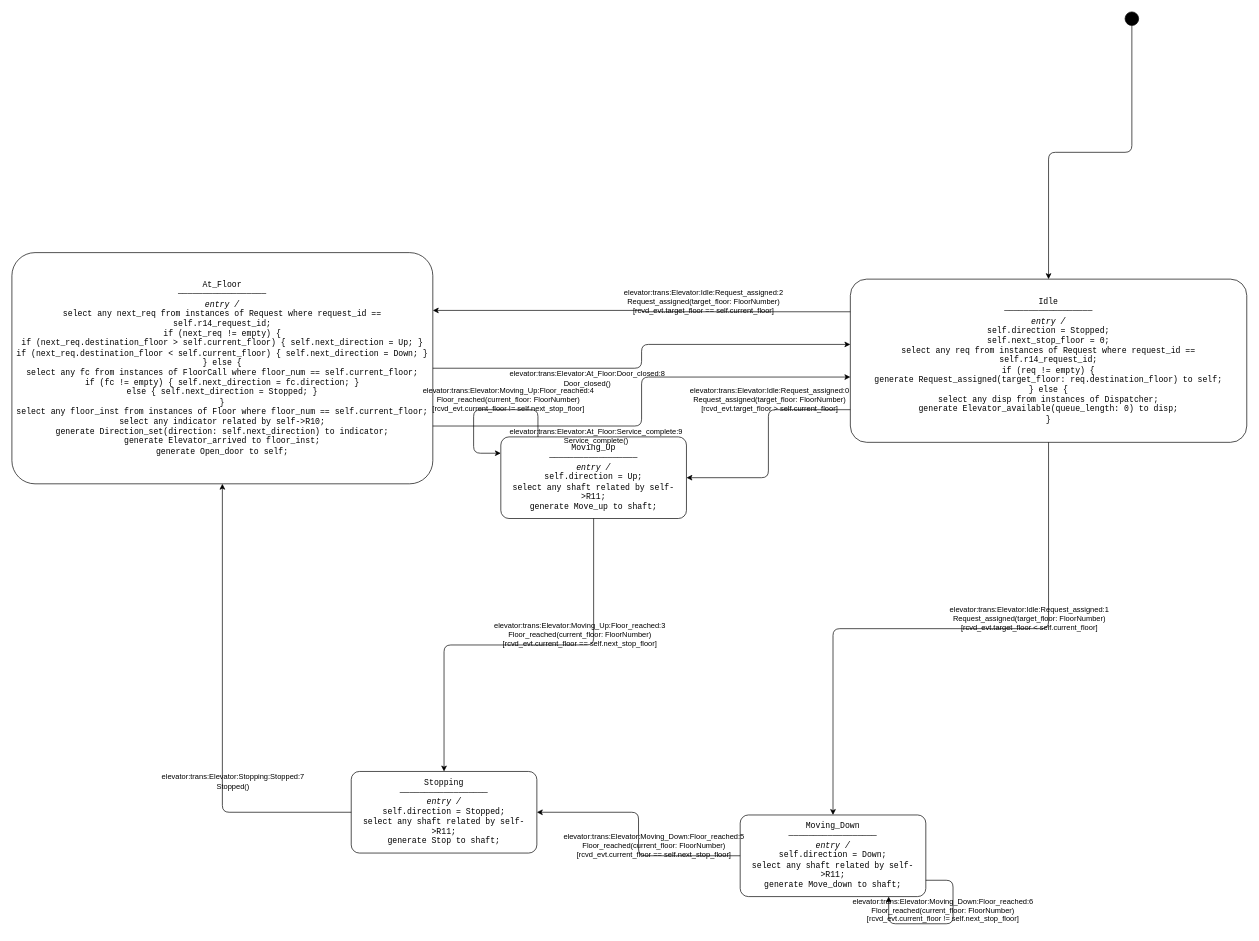
This is examples/elevator/.design/model/diagrams/Elevator-Elevator.drawio from BChaloux-Cyn/MDF-Simulator, a draw.io file, before an edit. Source tidied: cells renumbered, new cells numbered last; positions are measured from the earlier drawing's top-left corner, leaving out a move shared by most shapes. Both pictures are drawn from the tidied source at 68%, with x=0, y=0 at pixel (12, 12).
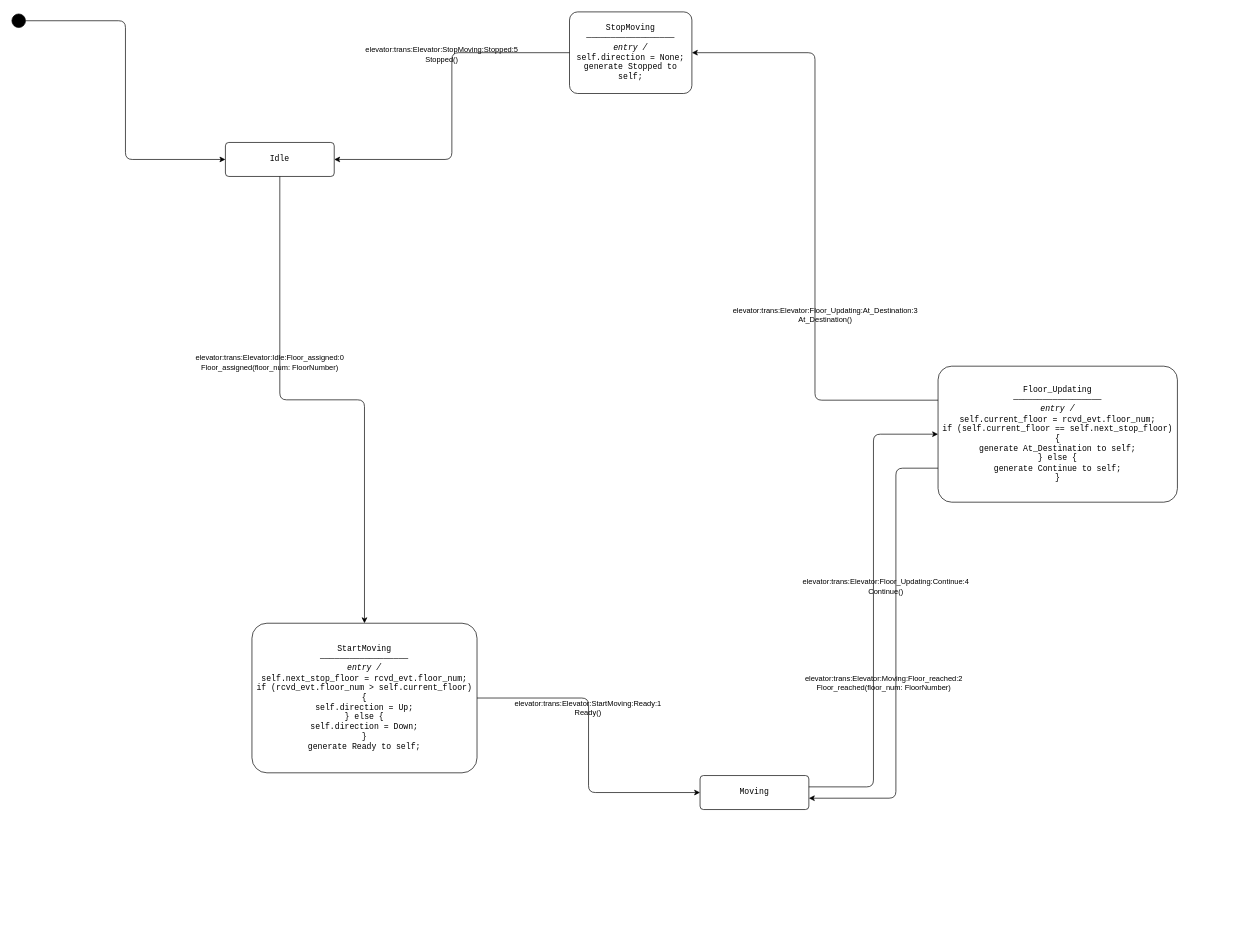
After the change.

The edit, as a diff of the source:
```diff
@@
     <mxCell id="2" style="ellipse;whiteSpace=wrap;html=1;fillColor=#000000;strokeColor=#000000;" parent="1" vertex="1">
-      <mxGeometry x="1637" width="20" height="20" as="geometry" />
+      <mxGeometry y="3" width="20" height="20" as="geometry" />
     </mxCell>
-    <mxCell id="3" value="Idle&lt;br&gt;──────────────────&lt;br&gt;&lt;i&gt;entry /&lt;/i&gt;&lt;br&gt;self.direction = Stopped;&lt;br&gt;self.next_stop_floor = 0;&lt;br&gt;select any req from instances of Request where request_id == self.r14_request_id;&lt;br&gt;if (req != empty) {&lt;br&gt;  generate Request_assigned(target_floor: req.destination_floor) to self;&lt;br&gt;} else {&lt;br&gt;  select any disp from instances of Dispatcher;&lt;br&gt;  generate Elevator_available(queue_length: 0) to disp;&lt;br&gt;}" style="rounded=1;whiteSpace=wrap;html=1;arcSize=10;fontFamily=Courier New;" parent="1" vertex="1">
-      <mxGeometry x="1233" y="393" width="583" height="240" as="geometry" />
+    <mxCell id="3" value="Idle" style="rounded=1;whiteSpace=wrap;html=1;arcSize=10;fontFamily=Courier New;" parent="1" vertex="1">
+      <mxGeometry x="314" y="192" width="160" height="50" as="geometry" />
     </mxCell>
-    <mxCell id="4" value="Moving_Up&lt;br&gt;──────────────────&lt;br&gt;&lt;i&gt;entry /&lt;/i&gt;&lt;br&gt;self.direction = Up;&lt;br&gt;select any shaft related by self-&amp;gt;R11;&lt;br&gt;generate Move_up to shaft;" style="rounded=1;whiteSpace=wrap;html=1;arcSize=10;fontFamily=Courier New;" parent="1" vertex="1">
-      <mxGeometry x="719" y="625" width="273" height="120" as="geometry" />
-    </mxCell>
-    <mxCell id="5" value="Moving_Down&lt;br&gt;──────────────────&lt;br&gt;&lt;i&gt;entry /&lt;/i&gt;&lt;br&gt;self.direction = Down;&lt;br&gt;select any shaft related by self-&amp;gt;R11;&lt;br&gt;generate Move_down to shaft;" style="rounded=1;whiteSpace=wrap;html=1;arcSize=10;fontFamily=Courier New;" parent="1" vertex="1">
-      <mxGeometry x="1071" y="1181" width="273" height="120" as="geometry" />
-    </mxCell>
-    <mxCell id="6" value="Stopping&lt;br&gt;──────────────────&lt;br&gt;&lt;i&gt;entry /&lt;/i&gt;&lt;br&gt;self.direction = Stopped;&lt;br&gt;select any shaft related by self-&amp;gt;R11;&lt;br&gt;generate Stop to shaft;" style="rounded=1;whiteSpace=wrap;html=1;arcSize=10;fontFamily=Courier New;" parent="1" vertex="1">
-      <mxGeometry x="499" y="1117" width="273" height="120" as="geometry" />
-    </mxCell>
-    <mxCell id="7" value="At_Floor&lt;br&gt;──────────────────&lt;br&gt;&lt;i&gt;entry /&lt;/i&gt;&lt;br&gt;select any next_req from instances of Request where request_id == self.r14_request_id;&lt;br&gt;if (next_req != empty) {&lt;br&gt;  if (next_req.destination_floor &amp;gt; self.current_floor) { self.next_direction = Up; }&lt;br&gt;  if (next_req.destination_floor &amp;lt; self.current_floor) { self.next_direction = Down; }&lt;br&gt;} else {&lt;br&gt;  select any fc from instances of FloorCall where floor_num == self.current_floor;&lt;br&gt;  if (fc != empty) { self.next_direction = fc.direction; }&lt;br&gt;  else { self.next_direction = Stopped; }&lt;br&gt;}&lt;br&gt;select any floor_inst from instances of Floor where floor_num == self.current_floor;&lt;br&gt;select any indicator related by self-&amp;gt;R10;&lt;br&gt;generate Direction_set(direction: self.next_direction) to indicator;&lt;br&gt;generate Elevator_arrived to floor_inst;&lt;br&gt;generate Open_door to self;" style="rounded=1;whiteSpace=wrap;html=1;arcSize=10;fontFamily=Courier New;" parent="1" vertex="1">
-      <mxGeometry y="354" width="619" height="340" as="geometry" />
-    </mxCell>
+    <mxCell id="19" value="StartMoving&lt;br&gt;──────────────────&lt;br&gt;&lt;i&gt;entry /&lt;/i&gt;&lt;br&gt;self.next_stop_floor = rcvd_evt.floor_num;&lt;br&gt;if (rcvd_evt.floor_num &amp;gt; self.current_floor) {&lt;br&gt;    self.direction = Up;&lt;br&gt;} else {&lt;br&gt;    self.direction = Down;&lt;br&gt;}&lt;br&gt;generate Ready to self;&lt;br&gt;" style="rounded=1;whiteSpace=wrap;html=1;arcSize=10;fontFamily=Courier New;" parent="1" vertex="1">
+      <mxGeometry x="353" y="899" width="331" height="220" as="geometry" />
+    </mxCell>
+    <mxCell id="20" value="Moving" style="rounded=1;whiteSpace=wrap;html=1;arcSize=10;fontFamily=Courier New;" parent="1" vertex="1">
+      <mxGeometry x="1012" y="1123" width="160" height="50" as="geometry" />
+    </mxCell>
+    <mxCell id="21" value="Floor_Updating&lt;br&gt;──────────────────&lt;br&gt;&lt;i&gt;entry /&lt;/i&gt;&lt;br&gt;self.current_floor = rcvd_evt.floor_num;&lt;br&gt;if (self.current_floor == self.next_stop_floor) {&lt;br&gt;    generate At_Destination to self;&lt;br&gt;} else {&lt;br&gt;    generate Continue to self;&lt;br&gt;}&lt;br&gt;" style="rounded=1;whiteSpace=wrap;html=1;arcSize=10;fontFamily=Courier New;" parent="1" vertex="1">
+      <mxGeometry x="1362" y="521" width="352" height="200" as="geometry" />
+    </mxCell>
+    <mxCell id="22" value="StopMoving&lt;br&gt;──────────────────&lt;br&gt;&lt;i&gt;entry /&lt;/i&gt;&lt;br&gt;self.direction = None;&lt;br&gt;generate Stopped to self;&lt;br&gt;" style="rounded=1;whiteSpace=wrap;html=1;arcSize=10;fontFamily=Courier New;" parent="1" vertex="1">
+      <mxGeometry x="820" width="180" height="120" as="geometry" />
+    </mxCell>
-    <mxCell id="8" style="edgeStyle=orthogonalEdgeStyle;html=1;labelBackgroundColor=none;exitX=0.5;exitY=1.0;exitDx=0;exitDy=0;entryX=0.5;entryY=0.0;entryDx=0;entryDy=0;" parent="1" edge="1" source="2" target="3">
+    <mxCell id="8" style="edgeStyle=orthogonalEdgeStyle;html=1;labelBackgroundColor=none;exitX=1.0;exitY=0.5;exitDx=0;exitDy=0;entryX=0.0;entryY=0.5;entryDx=0;entryDy=0;" parent="1" edge="1" source="2" target="3">
       <mxGeometry relative="1" as="geometry" />
     </mxCell>
-    <mxCell id="9" value="elevator:trans:Elevator:Idle:Request_assigned:0&lt;br&gt;Request_assigned(target_floor: FloorNumber)&lt;br&gt;[rcvd_evt.target_floor &gt; self.current_floor]" style="edgeStyle=orthogonalEdgeStyle;html=1;labelBackgroundColor=none;exitX=0.0;exitY=0.8;exitDx=0;exitDy=0;entryX=1.0;entryY=0.5;entryDx=0;entryDy=0;" parent="1" edge="1" source="3" target="4">
-      <mxGeometry x="-0.3" y="-15" relative="1" as="geometry" />
-    </mxCell>
-    <mxCell id="10" value="elevator:trans:Elevator:Idle:Request_assigned:1&lt;br&gt;Request_assigned(target_floor: FloorNumber)&lt;br&gt;[rcvd_evt.target_floor &lt; self.current_floor]" style="edgeStyle=orthogonalEdgeStyle;html=1;labelBackgroundColor=none;exitX=0.5;exitY=1.0;exitDx=0;exitDy=0;entryX=0.5;entryY=0.0;entryDx=0;entryDy=0;" parent="1" edge="1" source="3" target="5">
-      <mxGeometry x="-0.3" y="-15" relative="1" as="geometry" />
-    </mxCell>
-    <mxCell id="11" value="elevator:trans:Elevator:Idle:Request_assigned:2&lt;br&gt;Request_assigned(target_floor: FloorNumber)&lt;br&gt;[rcvd_evt.target_floor == self.current_floor]" style="edgeStyle=orthogonalEdgeStyle;html=1;labelBackgroundColor=none;exitX=0.0;exitY=0.2;exitDx=0;exitDy=0;entryX=1.0;entryY=0.25;entryDx=0;entryDy=0;" parent="1" edge="1" source="3" target="7">
-      <mxGeometry x="-0.3" y="-15" relative="1" as="geometry" />
-    </mxCell>
-    <mxCell id="12" value="elevator:trans:Elevator:Moving_Up:Floor_reached:3&lt;br&gt;Floor_reached(current_floor: FloorNumber)&lt;br&gt;[rcvd_evt.current_floor == self.next_stop_floor]" style="edgeStyle=orthogonalEdgeStyle;html=1;labelBackgroundColor=none;exitX=0.5;exitY=1.0;exitDx=0;exitDy=0;entryX=0.5;entryY=0.0;entryDx=0;entryDy=0;" parent="1" edge="1" source="4" target="6">
-      <mxGeometry x="-0.3" y="-15" relative="1" as="geometry" />
-    </mxCell>
-    <mxCell id="13" value="elevator:trans:Elevator:Moving_Up:Floor_reached:4&lt;br&gt;Floor_reached(current_floor: FloorNumber)&lt;br&gt;[rcvd_evt.current_floor != self.next_stop_floor]" style="edgeStyle=orthogonalEdgeStyle;html=1;labelBackgroundColor=none;exitX=0.2;exitY=0.0;exitDx=0;exitDy=0;entryX=0.0;entryY=0.2;entryDx=0;entryDy=0;" parent="1" edge="1" source="4" target="4">
-      <mxGeometry x="-0.3" y="-15" relative="1" as="geometry">
-        <Array as="points">
-          <mxPoint x="773" y="585" />
-          <mxPoint x="679" y="585" />
-          <mxPoint x="679" y="649" />
-        </Array>
-      </mxGeometry>
-    </mxCell>
-    <mxCell id="14" value="elevator:trans:Elevator:Moving_Down:Floor_reached:5&lt;br&gt;Floor_reached(current_floor: FloorNumber)&lt;br&gt;[rcvd_evt.current_floor == self.next_stop_floor]" style="edgeStyle=orthogonalEdgeStyle;html=1;labelBackgroundColor=none;exitX=0.0;exitY=0.5;exitDx=0;exitDy=0;entryX=1.0;entryY=0.5;entryDx=0;entryDy=0;" parent="1" edge="1" source="5" target="6">
-      <mxGeometry x="-0.3" y="-15" relative="1" as="geometry" />
-    </mxCell>
-    <mxCell id="15" value="elevator:trans:Elevator:Moving_Down:Floor_reached:6&lt;br&gt;Floor_reached(current_floor: FloorNumber)&lt;br&gt;[rcvd_evt.current_floor != self.next_stop_floor]" style="edgeStyle=orthogonalEdgeStyle;html=1;labelBackgroundColor=none;exitX=1.0;exitY=0.8;exitDx=0;exitDy=0;entryX=0.8;entryY=1.0;entryDx=0;entryDy=0;" parent="1" edge="1" source="5" target="5">
-      <mxGeometry x="-0.3" y="-15" relative="1" as="geometry">
-        <Array as="points">
-          <mxPoint x="1384" y="1277" />
-          <mxPoint x="1384" y="1341" />
-          <mxPoint x="1290" y="1341" />
-        </Array>
-      </mxGeometry>
-    </mxCell>
-    <mxCell id="16" value="elevator:trans:Elevator:Stopping:Stopped:7&lt;br&gt;Stopped()" style="edgeStyle=orthogonalEdgeStyle;html=1;labelBackgroundColor=none;exitX=0.0;exitY=0.5;exitDx=0;exitDy=0;entryX=0.5;entryY=1.0;entryDx=0;entryDy=0;" parent="1" edge="1" source="6" target="7">
-      <mxGeometry x="-0.3" y="-15" relative="1" as="geometry" />
-    </mxCell>
-    <mxCell id="17" value="elevator:trans:Elevator:At_Floor:Door_closed:8&lt;br&gt;Door_closed()" style="edgeStyle=orthogonalEdgeStyle;html=1;labelBackgroundColor=none;exitX=1.0;exitY=0.5;exitDx=0;exitDy=0;entryX=0.0;entryY=0.4;entryDx=0;entryDy=0;" parent="1" edge="1" source="7" target="3">
-      <mxGeometry x="-0.3" y="-15" relative="1" as="geometry" />
-    </mxCell>
-    <mxCell id="18" value="elevator:trans:Elevator:At_Floor:Service_complete:9&lt;br&gt;Service_complete()" style="edgeStyle=orthogonalEdgeStyle;html=1;labelBackgroundColor=none;exitX=1.0;exitY=0.75;exitDx=0;exitDy=0;entryX=0.0;entryY=0.6;entryDx=0;entryDy=0;" parent="1" edge="1" source="7" target="3">
-      <mxGeometry x="-0.3" y="-15" relative="1" as="geometry" />
-    </mxCell>
+    <mxCell id="23" value="elevator:trans:Elevator:Idle:Floor_assigned:0&lt;br&gt;Floor_assigned(floor_num: FloorNumber)" style="edgeStyle=orthogonalEdgeStyle;html=1;labelBackgroundColor=none;exitX=0.5;exitY=1.0;exitDx=0;exitDy=0;entryX=0.5;entryY=0.0;entryDx=0;entryDy=0;" parent="1" edge="1" source="3" target="19">
+      <mxGeometry x="-0.3" y="-15" relative="1" as="geometry" />
+    </mxCell>
+    <mxCell id="24" value="elevator:trans:Elevator:StartMoving:Ready:1&lt;br&gt;Ready()" style="edgeStyle=orthogonalEdgeStyle;html=1;labelBackgroundColor=none;exitX=1.0;exitY=0.5;exitDx=0;exitDy=0;entryX=0.0;entryY=0.5;entryDx=0;entryDy=0;" parent="1" edge="1" source="19" target="20">
+      <mxGeometry x="-0.3" y="-15" relative="1" as="geometry" />
+    </mxCell>
+    <mxCell id="25" value="elevator:trans:Elevator:Moving:Floor_reached:2&lt;br&gt;Floor_reached(floor_num: FloorNumber)" style="edgeStyle=orthogonalEdgeStyle;html=1;labelBackgroundColor=none;exitX=1.0;exitY=0.3333;exitDx=0;exitDy=0;entryX=0.0;entryY=0.5;entryDx=0;entryDy=0;" parent="1" edge="1" source="20" target="21">
+      <mxGeometry x="-0.3" y="-15" relative="1" as="geometry" />
+    </mxCell>
+    <mxCell id="26" value="elevator:trans:Elevator:Floor_Updating:At_Destination:3&lt;br&gt;At_Destination()" style="edgeStyle=orthogonalEdgeStyle;html=1;labelBackgroundColor=none;exitX=0.0;exitY=0.25;exitDx=0;exitDy=0;entryX=1.0;entryY=0.5;entryDx=0;entryDy=0;" parent="1" edge="1" source="21" target="22">
+      <mxGeometry x="-0.3" y="-15" relative="1" as="geometry" />
+    </mxCell>
+    <mxCell id="27" value="elevator:trans:Elevator:Floor_Updating:Continue:4&lt;br&gt;Continue()" style="edgeStyle=orthogonalEdgeStyle;html=1;labelBackgroundColor=none;exitX=0.0;exitY=0.75;exitDx=0;exitDy=0;entryX=1.0;entryY=0.6667;entryDx=0;entryDy=0;" parent="1" edge="1" source="21" target="20">
+      <mxGeometry x="-0.3" y="-15" relative="1" as="geometry">
+        <Array as="points">
+          <mxPoint x="1300" y="671" />
+          <mxPoint x="1300" y="1156" />
+        </Array>
+      </mxGeometry>
+    </mxCell>
+    <mxCell id="28" value="elevator:trans:Elevator:StopMoving:Stopped:5&lt;br&gt;Stopped()" style="edgeStyle=orthogonalEdgeStyle;html=1;labelBackgroundColor=none;exitX=0.0;exitY=0.5;exitDx=0;exitDy=0;entryX=1.0;entryY=0.5;entryDx=0;entryDy=0;" parent="1" edge="1" source="22" target="3">
+      <mxGeometry x="-0.3" y="-15" relative="1" as="geometry" />
+    </mxCell>
```
